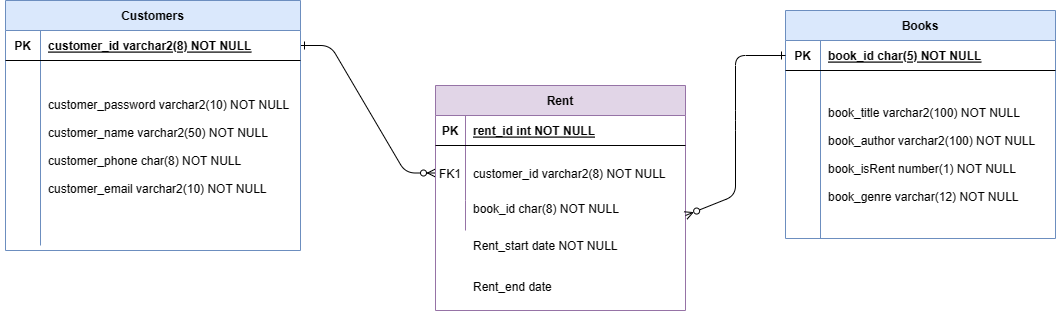
The draw.io diagram BookRent 다이어그램.drawio.png in dmswlb/shinhan_project1, before a commit. Source tidied: cells renumbered, new cells last; positions are measured from the earlier drawing's top-left corner, leaving out a move shared by most shapes.
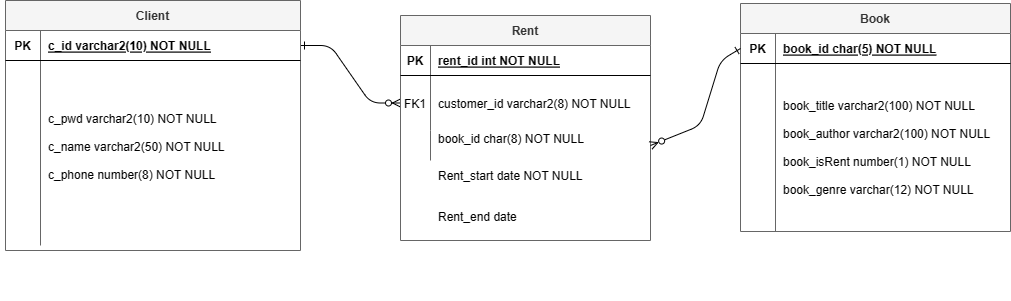
After the commit.

Commit message:
BookRent 다이어그램.drawio.png 업데이트

Change to the diagram source:
```diff
@@ -9,7 +9,7 @@
         </Array>
       </mxGeometry>
     </mxCell>
-    <mxCell id="3" value="Rent" style="shape=table;startSize=30;rowLines=0;fontStyle=1;align=center;fillColor=#e1d5e7;strokeColor=#9673a6;" parent="1" vertex="1">
+    <mxCell id="3" value="Rent" style="shape=table;startSize=30;rowLines=0;fontStyle=1;align=center;fillColor=#f5f5f5;strokeColor=#666666;fontColor=#333333;" parent="1" vertex="1">
       <mxGeometry x="435" y="85" width="250" height="225" as="geometry" />
     </mxCell>
     <mxCell id="4" style="shape=partialRectangle;fillColor=none;top=0;left=0;right=0;bottom=1;" parent="3" vertex="1">
@@ -43,9 +43,9 @@
       <mxGeometry x="535" y="150" width="30" height="30" as="geometry" />
     </mxCell>
     <mxCell id="14" style="group;" parent="1" vertex="1">
-      <mxGeometry width="300" height="300" as="geometry" />
+      <mxGeometry x="35" y="70" width="300" height="300" as="geometry" />
     </mxCell>
-    <mxCell id="15" value="Customers" style="shape=table;startSize=30;rowLines=0;fontStyle=1;align=center;fillColor=#dae8fc;strokeColor=#6c8ebf;" parent="14" vertex="1">
+    <mxCell id="15" value="Client" style="shape=table;startSize=30;rowLines=0;fontStyle=1;align=center;fillColor=#f5f5f5;strokeColor=#666666;fontColor=#333333;" parent="14" vertex="1">
       <mxGeometry x="5" width="295" height="250" as="geometry" />
     </mxCell>
     <mxCell id="16" style="shape=partialRectangle;fillColor=none;points=[[0,0.5],[1,0.5]];portConstraint=eastwest;top=0;left=0;right=0;bottom=1;" parent="15" vertex="1">
@@ -54,7 +54,7 @@
     <mxCell id="17" value="PK" style="shape=partialRectangle;overflow=hidden;fillColor=none;top=0;left=0;bottom=0;right=0;fontStyle=1;" parent="16" vertex="1">
       <mxGeometry width="35" height="30" as="geometry" />
     </mxCell>
-    <mxCell id="18" value="customer_id varchar2(8) NOT NULL " style="shape=partialRectangle;overflow=hidden;fillColor=none;top=0;left=0;bottom=0;right=0;align=left;spacingLeft=6;fontStyle=5;strokeColor=inherit;" parent="16" vertex="1">
+    <mxCell id="18" value="c_id varchar2(10) NOT NULL " style="shape=partialRectangle;overflow=hidden;fillColor=none;top=0;left=0;bottom=0;right=0;align=left;spacingLeft=6;fontStyle=5;strokeColor=inherit;" parent="16" vertex="1">
       <mxGeometry x="35" width="260" height="30" as="geometry" />
     </mxCell>
     <mxCell id="19" style="shape=partialRectangle;fillColor=none;top=0;left=0;right=0;bottom=0;" parent="15" vertex="1">
@@ -63,14 +63,14 @@
     <mxCell id="20" style="shape=partialRectangle;overflow=hidden;fillColor=none;top=0;left=0;bottom=0;right=0;" parent="19" vertex="1">
       <mxGeometry width="35" height="185" as="geometry" />
     </mxCell>
-    <mxCell id="21" value="customer_password varchar2(10) NOT NULL&#10;&#10;customer_name varchar2(50) NOT NULL&#10;&#10;customer_phone char(8) NOT NULL&#10;&#10;customer_email varchar2(10) NOT NULL&#10;" style="shape=partialRectangle;overflow=hidden;fillColor=none;top=0;left=0;bottom=0;right=0;align=left;spacingLeft=6;" parent="19" vertex="1">
+    <mxCell id="21" value="c_pwd varchar2(10) NOT NULL&#10;&#10;c_name varchar2(50) NOT NULL&#10;&#10;c_phone number(8) NOT NULL&#10;" style="shape=partialRectangle;overflow=hidden;fillColor=none;top=0;left=0;bottom=0;right=0;align=left;spacingLeft=6;" parent="19" vertex="1">
       <mxGeometry x="35" width="260" height="185" as="geometry" />
     </mxCell>
     <mxCell id="22" style="shape=partialRectangle;overflow=hidden;fillColor=none;top=0;left=0;bottom=0;right=0;" parent="14" vertex="1">
       <mxGeometry y="90" width="30" height="30" as="geometry" />
     </mxCell>
-    <mxCell id="23" value="Books" style="shape=table;startSize=30;rowLines=0;fontStyle=1;align=center;fillColor=#dae8fc;strokeColor=#6c8ebf;" parent="1" vertex="1">
-      <mxGeometry x="785" y="10" width="270" height="228" as="geometry" />
+    <mxCell id="23" value="Book" style="shape=table;startSize=30;rowLines=0;fontStyle=1;align=center;fillColor=#f5f5f5;strokeColor=#666666;fontColor=#333333;" parent="1" vertex="1">
+      <mxGeometry x="775" y="73" width="270" height="228" as="geometry" />
     </mxCell>
     <mxCell id="24" style="shape=partialRectangle;fillColor=none;points=[[0,0.5],[1,0.5]];portConstraint=eastwest;top=0;left=0;right=0;bottom=1;" parent="23" vertex="1">
       <mxGeometry y="30" width="270" height="30" as="geometry" />
@@ -94,8 +94,7 @@
       <mxGeometry relative="1" as="geometry">
         <Array as="points">
           <mxPoint x="735" y="195" />
-          <mxPoint x="735" y="120" />
-          <mxPoint x="735" y="55" />
+          <mxPoint x="755" y="130" />
         </Array>
       </mxGeometry>
     </mxCell>
```
